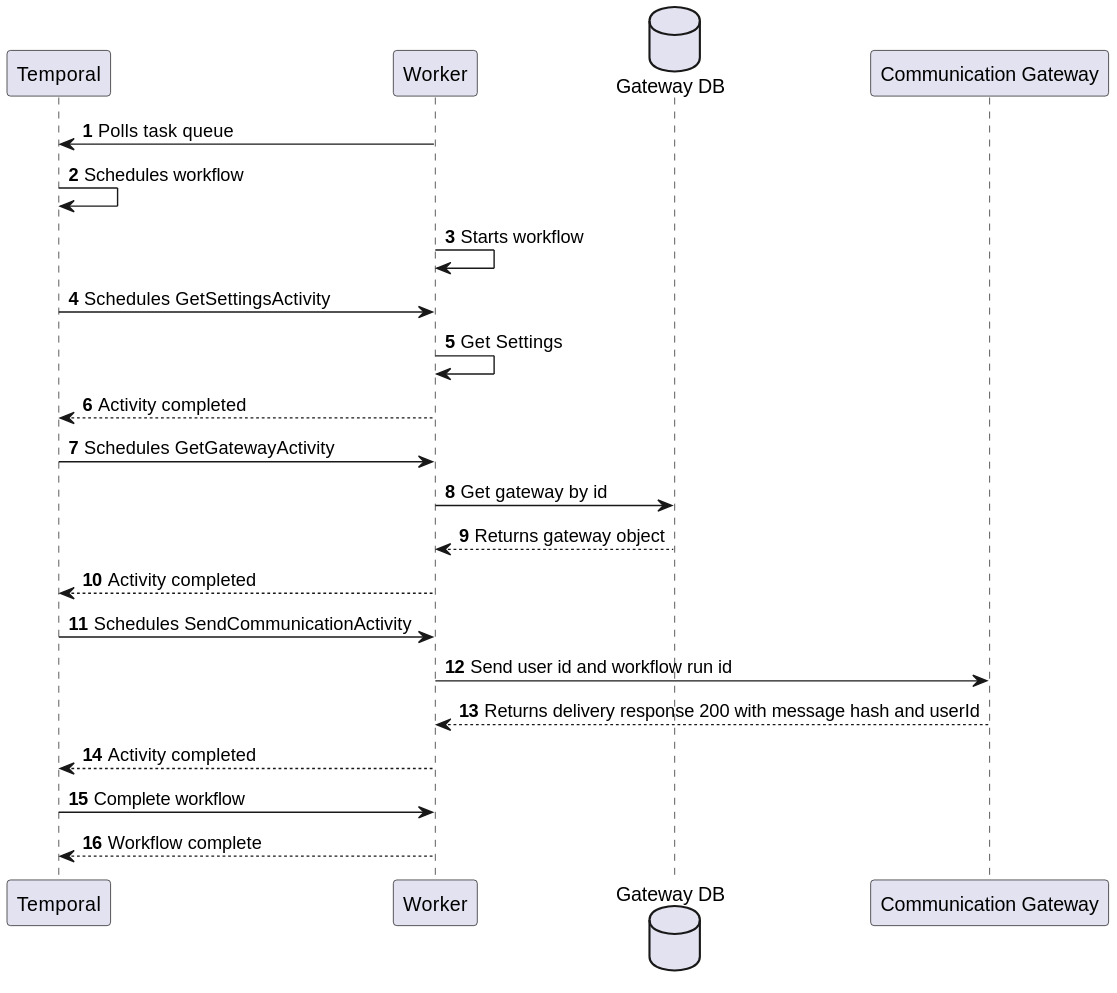
Earlier version of the PlantUML export Designs/Images/Sequence Diagrams/SendCommunication.svg (CameronWard301/communication_scheduler).
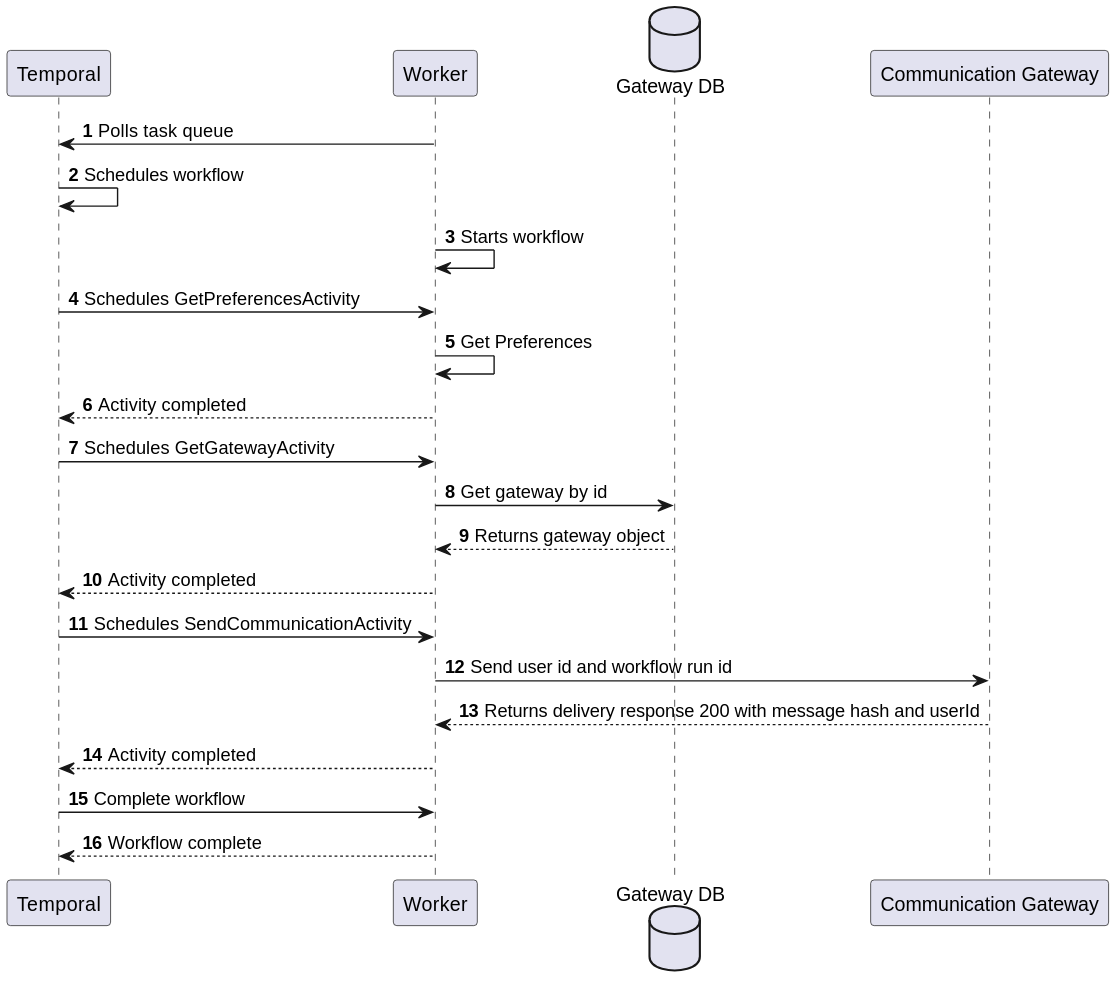
Later version of the same file.

Diff of the diagram source:
```diff
@@ -10,8 +10,8 @@
 worker -> temporal: Polls task queue
 temporal -> temporal: Schedules workflow
 worker -> worker: Starts workflow
-temporal -> worker: Schedules GetSettingsActivity
-worker -> worker: Get Settings
+temporal -> worker: Schedules GetPreferencesActivity
+worker -> worker: Get Preferences
 worker --> temporal: Activity completed
 temporal -> worker: Schedules GetGatewayActivity
 worker -> gwdb: Get gateway by id
```
